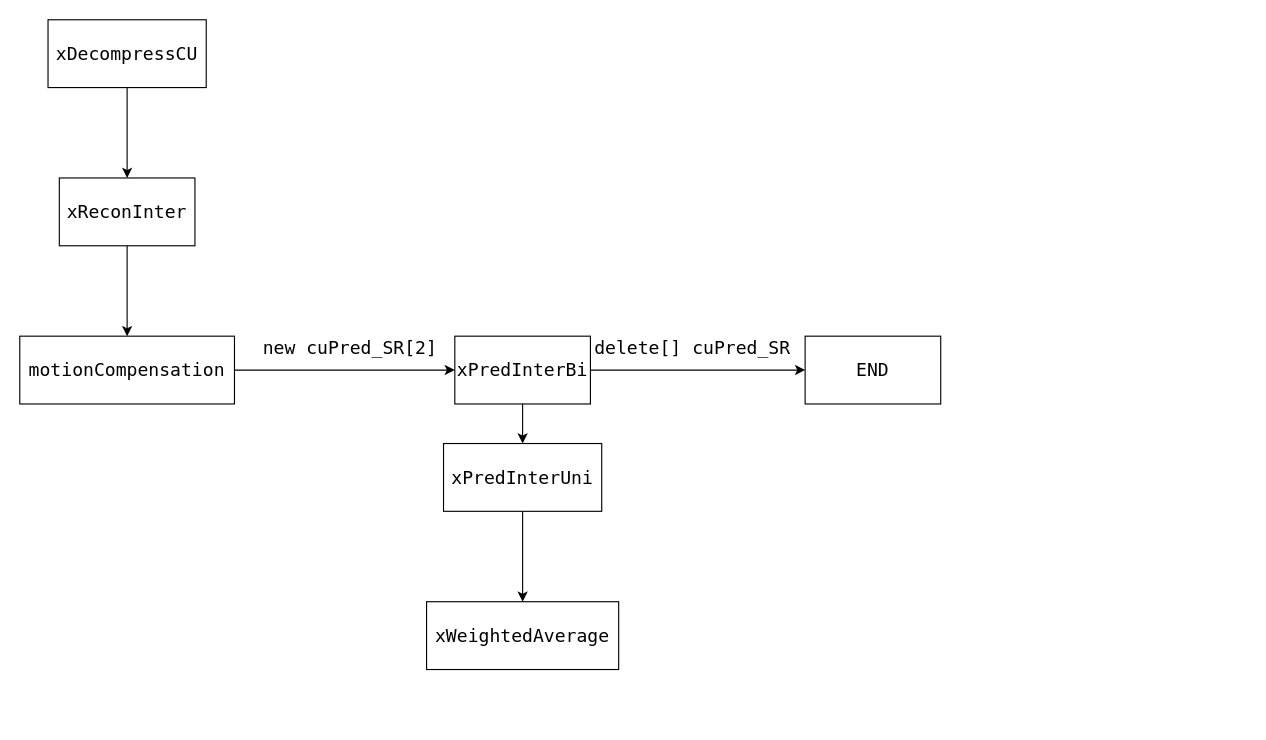
Joeyrr/draw.io keeps this draw.io diagram as XML/HM_Inter_MC.drawio. Above is the earlier version. Source tidied: cells renumbered, new cells numbered last; positions are measured from the earlier drawing's top-left corner, leaving out a move shared by most shapes. Both pictures are drawn from the tidied source at 113%, with x=0, y=0 at pixel (19, 19).
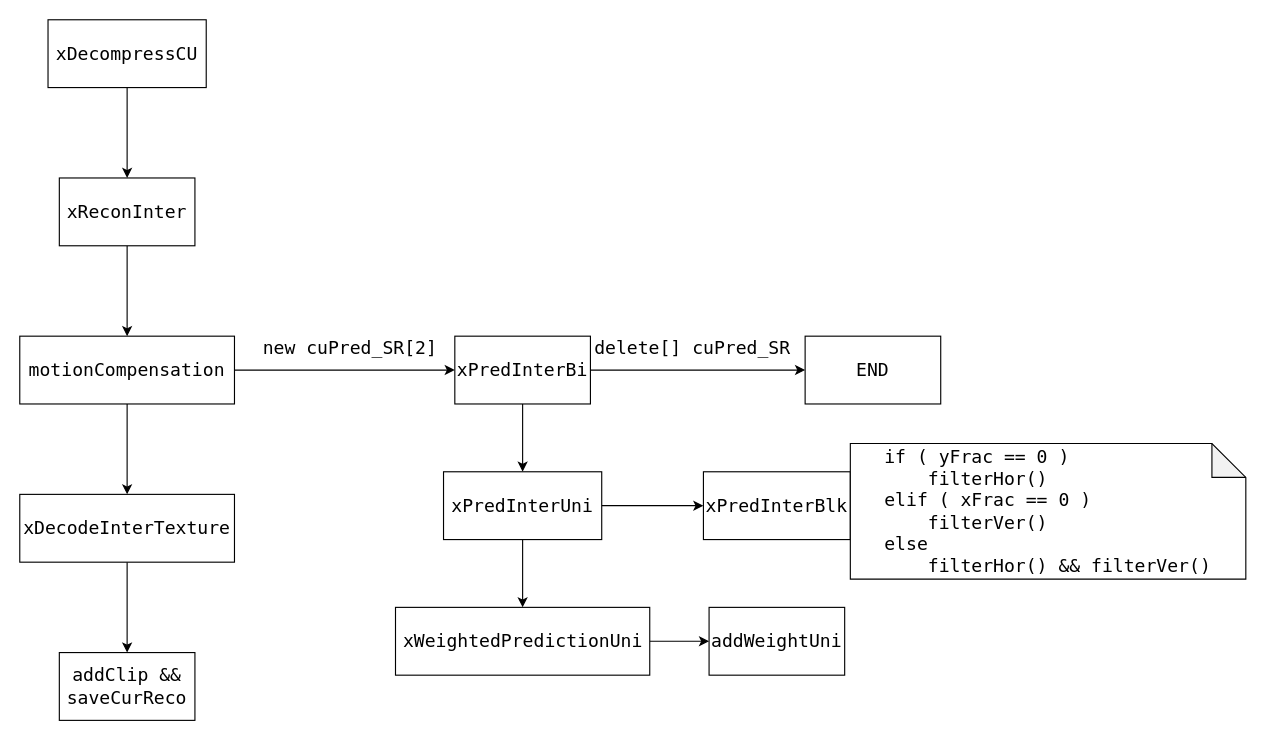
After the change.

Unchanged cells that the change refers to:
```xml
<mxCell id="7" value="motionCompensation" style="whiteSpace=wrap;html=1;fontSize=16;fontFamily=Lucida Console;rounded=0;" parent="1" vertex="1">
  <mxGeometry y="280" width="190" height="60" as="geometry" />
</mxCell>
```

Change to the diagram source:
```diff
@@
+    <mxCell id="17" style="edgeStyle=orthogonalEdgeStyle;rounded=0;jettySize=auto;html=1;fontFamily=Lucida Console;fontSize=16;" parent="1" edge="1" source="7" target="24">
+      <mxGeometry relative="1" as="geometry" />
+    </mxCell>
@@
+    <mxCell id="18" style="edgeStyle=orthogonalEdgeStyle;rounded=0;jettySize=auto;html=1;fontFamily=Lucida Console;fontSize=16;" parent="1" edge="1" source="13" target="20">
+      <mxGeometry relative="1" as="geometry" />
+    </mxCell>
     <mxCell id="13" value="xPredInterUni" style="whiteSpace=wrap;html=1;fontSize=16;fontFamily=Lucida Console;rounded=0;" parent="1" vertex="1">
-      <mxGeometry x="375" y="375" width="140" height="60" as="geometry" />
+      <mxGeometry x="375" y="400" width="140" height="60" as="geometry" />
     </mxCell>
+    <mxCell id="19" style="edgeStyle=orthogonalEdgeStyle;rounded=0;jettySize=auto;html=1;fontFamily=Lucida Console;fontSize=16;" parent="1" edge="1" source="14" target="22">
+      <mxGeometry relative="1" as="geometry" />
+    </mxCell>
-    <mxCell id="14" value="xWeightedAverage" style="whiteSpace=wrap;html=1;fontSize=16;fontFamily=Lucida Console;rounded=0;" parent="1" vertex="1">
-      <mxGeometry x="360" y="515" width="170" height="60" as="geometry" />
+    <mxCell id="14" value="xWeightedPredictionUni" style="whiteSpace=wrap;html=1;fontSize=16;fontFamily=Lucida Console;rounded=0;" parent="1" vertex="1">
+      <mxGeometry x="332.5" y="520" width="225" height="60" as="geometry" />
     </mxCell>
@@
+    <mxCell id="20" value="xPredInterBlk" style="whiteSpace=wrap;html=1;fontSize=16;fontFamily=Lucida Console;rounded=0;" parent="1" vertex="1">
+      <mxGeometry x="605" y="400" width="130" height="60" as="geometry" />
+    </mxCell>
+    <mxCell id="21" value="&lt;div style=&quot;text-align: left;&quot;&gt;&lt;span style=&quot;background-color: initial;&quot;&gt;if ( yFrac == 0 )&amp;nbsp;&lt;/span&gt;&lt;/div&gt;&lt;div style=&quot;text-align: left;&quot;&gt;&lt;span style=&quot;background-color: initial;&quot;&gt;&amp;nbsp; &amp;nbsp; filterHor()&lt;/span&gt;&lt;/div&gt;&lt;div style=&quot;text-align: left;&quot;&gt;&lt;span style=&quot;background-color: initial;&quot;&gt;elif ( xFrac == 0 )&amp;nbsp;&lt;/span&gt;&lt;/div&gt;&lt;div style=&quot;text-align: left;&quot;&gt;&lt;span style=&quot;background-color: initial;&quot;&gt;&amp;nbsp; &amp;nbsp; filterVer()&lt;/span&gt;&lt;/div&gt;&lt;div style=&quot;text-align: left;&quot;&gt;&lt;span style=&quot;background-color: initial;&quot;&gt;else&lt;/span&gt;&lt;/div&gt;&lt;div style=&quot;text-align: left;&quot;&gt;&lt;span style=&quot;background-color: initial;&quot;&gt;&amp;nbsp; &amp;nbsp; filterHor() &amp;amp;&amp;amp; filterVer()&lt;/span&gt;&lt;/div&gt;" style="shape=note;whiteSpace=wrap;html=1;backgroundOutline=1;darkOpacity=0.05;fontFamily=Lucida Console;fontSize=16;" parent="1" vertex="1">
+      <mxGeometry x="735" y="375" width="350" height="120" as="geometry" />
+    </mxCell>
+    <mxCell id="22" value="addWeightUni" style="whiteSpace=wrap;html=1;fontSize=16;fontFamily=Lucida Console;rounded=0;" parent="1" vertex="1">
+      <mxGeometry x="610" y="520" width="120" height="60" as="geometry" />
+    </mxCell>
+    <mxCell id="23" style="edgeStyle=orthogonalEdgeStyle;rounded=0;jettySize=auto;html=1;fontFamily=Lucida Console;fontSize=16;" parent="1" edge="1" source="24" target="25">
+      <mxGeometry relative="1" as="geometry" />
+    </mxCell>
+    <mxCell id="24" value="xDecodeInterTexture" style="whiteSpace=wrap;html=1;fontSize=16;fontFamily=Lucida Console;rounded=0;" parent="1" vertex="1">
+      <mxGeometry y="420" width="190" height="60" as="geometry" />
+    </mxCell>
+    <mxCell id="25" value="addClip &amp;amp;&amp;amp; saveCurReco" style="whiteSpace=wrap;html=1;fontSize=16;fontFamily=Lucida Console;rounded=0;" parent="1" vertex="1">
+      <mxGeometry x="35" y="560" width="120" height="60" as="geometry" />
+    </mxCell>
```
